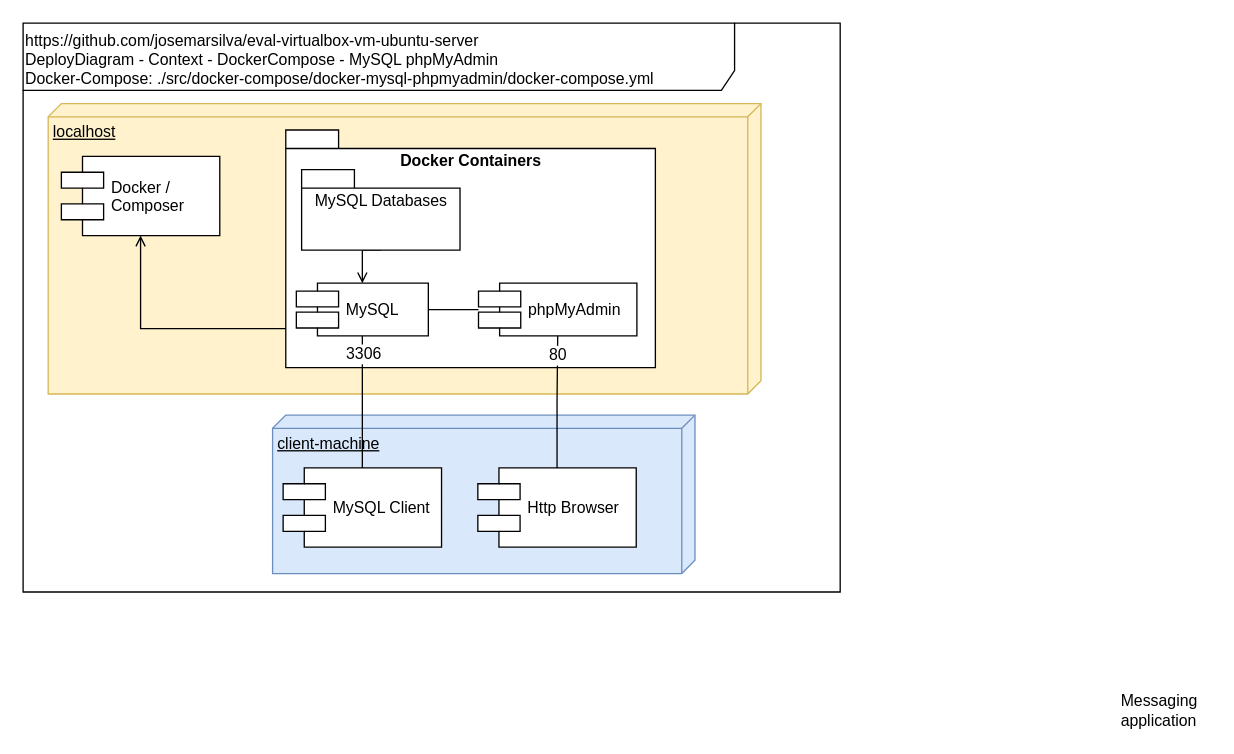
The draw.io diagram doc/images/DeployDiagram - Context - DockerCompose - MySQL phpMyAdmin.drawio in josemarsilva/eval-virtualbox-vm-ubuntu-server, before the edit. Source tidied: cells renumbered, new cells numbered last; positions are measured from the earlier drawing's top-left corner, leaving out a move shared by most shapes. Both pictures are drawn from the tidied source at 132%, with x=0, y=0 at pixel (22, 22).
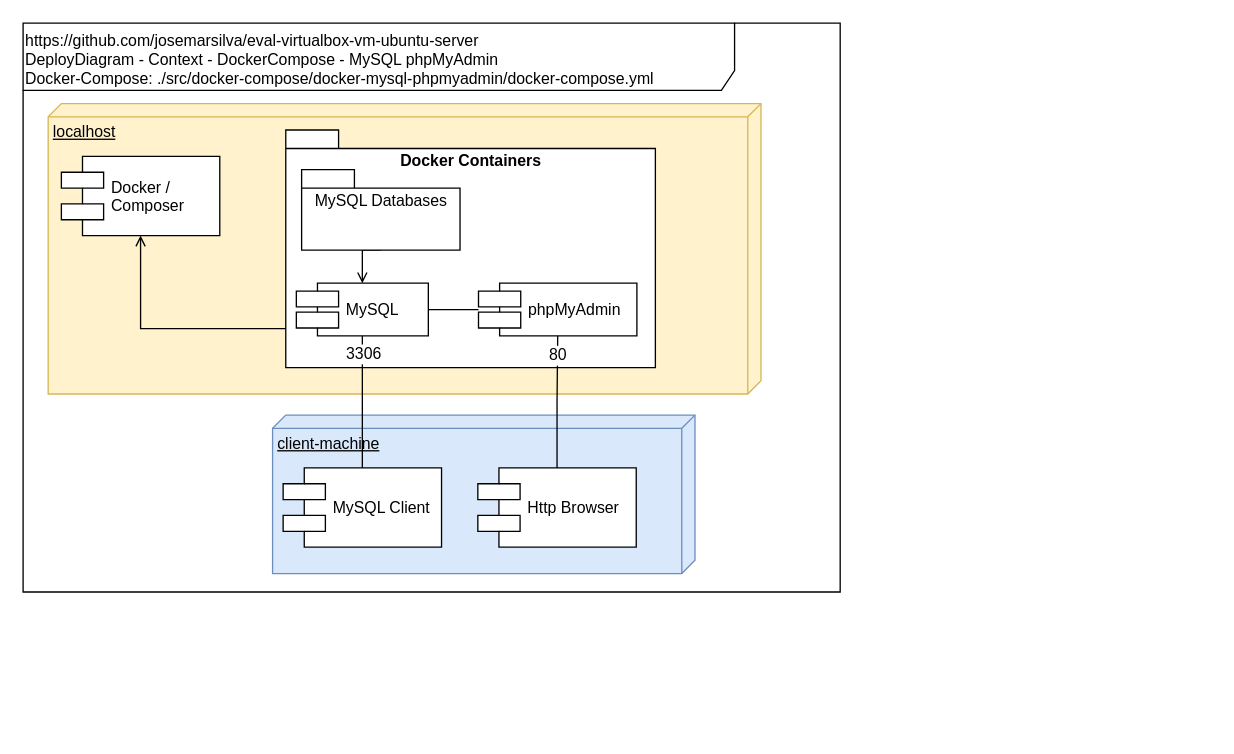
The same page after the edit.

Change to the diagram source:
```diff
@@
-    <mxCell id="5" value="Messaging&lt;br&gt;application&lt;br&gt;" style="text;html=1;align=left;verticalAlign=middle;fillColor=none;strokeColor=none;rounded=0;dashed=1;" parent="1" vertex="1">
-      <mxGeometry x="830" y="506" width="70" height="30" as="geometry" />
-    </mxCell>
```
